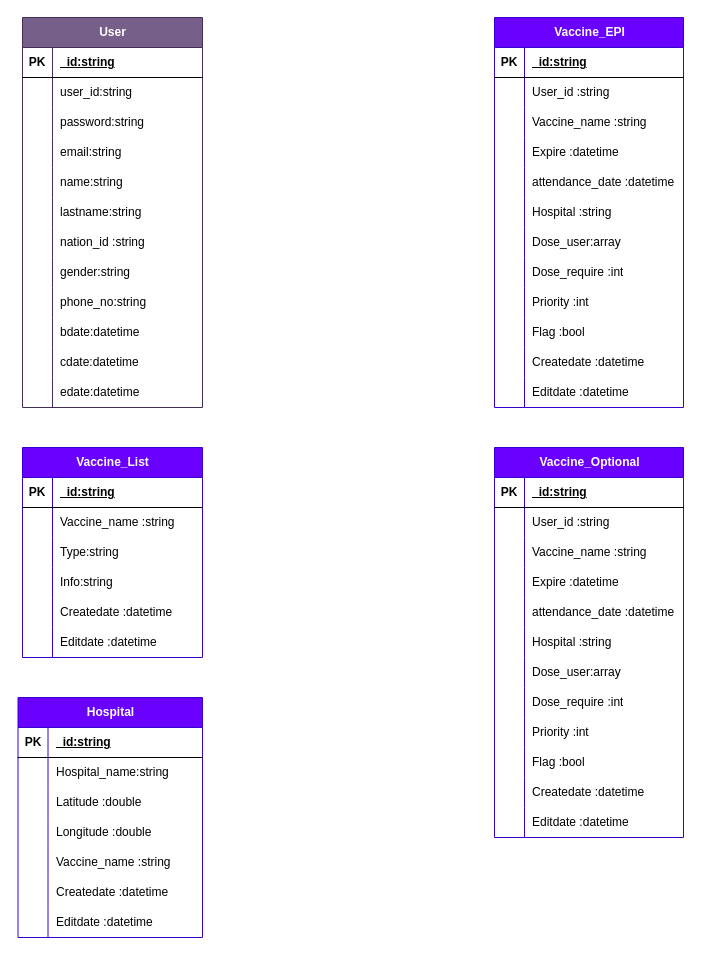
Earlier version of the draw.io diagram database&flowchart.drawio (AsticeX/-_-_1630901328). Source tidied: cells renumbered, new cells numbered last; positions are measured from the earlier drawing's top-left corner, leaving out a move shared by most shapes. Both pictures are drawn from the tidied source at 100%, with x=0, y=0 at pixel (18, 17).
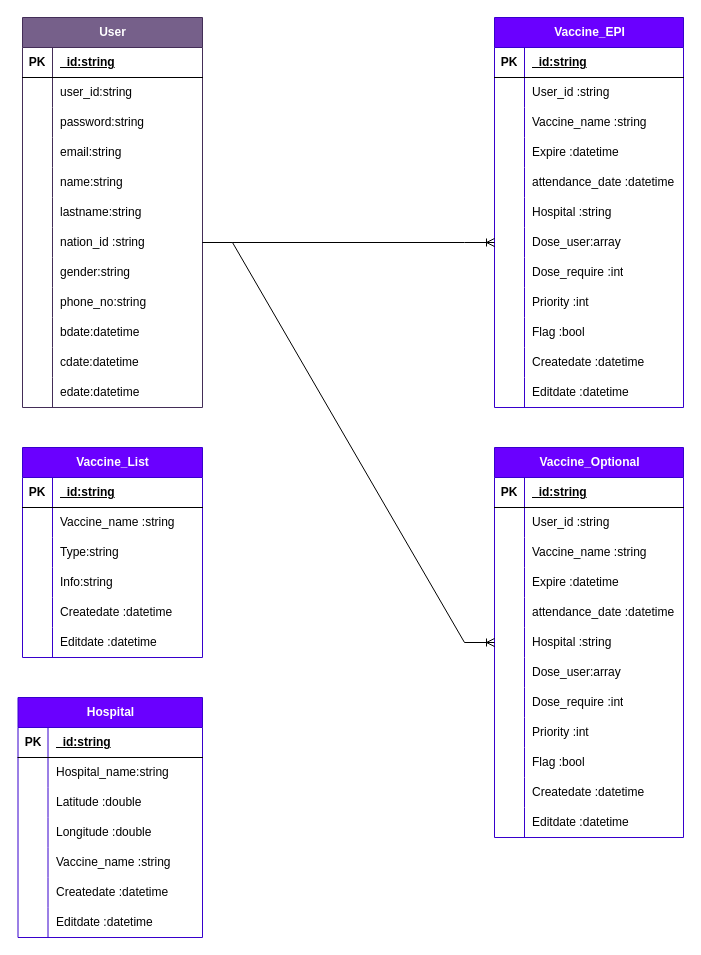
After the change.

The change refers to these unchanged cells:
```xml
<mxCell id="21" style="shape=tableRow;horizontal=0;startSize=0;swimlaneHead=0;swimlaneBody=0;fillColor=none;points=[[0,0.5],[1,0.5]];portConstraint=eastwest;top=0;left=0;right=0;bottom=0;" parent="2" vertex="1">
  <mxGeometry y="210" width="180" height="30" as="geometry" />
</mxCell>
<mxCell id="58" style="shape=tableRow;horizontal=0;startSize=0;swimlaneHead=0;swimlaneBody=0;fillColor=none;points=[[0,0.5],[1,0.5]];portConstraint=eastwest;top=0;left=0;right=0;bottom=0;" parent="39" vertex="1">
  <mxGeometry y="210" width="189" height="30" as="geometry" />
</mxCell>
<mxCell id="133" style="shape=tableRow;horizontal=0;startSize=0;swimlaneHead=0;swimlaneBody=0;fillColor=none;points=[[0,0.5],[1,0.5]];portConstraint=eastwest;top=0;left=0;right=0;bottom=0;" parent="117" vertex="1">
  <mxGeometry y="180" width="189" height="30" as="geometry" />
</mxCell>
```

Change to the diagram source:
```diff
@@
+    <mxCell id="154" style="edgeStyle=entityRelationEdgeStyle;fontSize=12;html=1;endArrow=ERoneToMany;rounded=0;exitX=1;exitY=0.5;exitDx=0;exitDy=0;entryX=0;entryY=0.5;entryDx=0;entryDy=0;" parent="1" edge="1" source="21" target="58">
+      <mxGeometry relative="1" as="geometry" />
+    </mxCell>
+    <mxCell id="155" style="edgeStyle=entityRelationEdgeStyle;fontSize=12;html=1;endArrow=ERoneToMany;rounded=0;exitX=1;exitY=0.5;exitDx=0;exitDy=0;entryX=0;entryY=0.5;entryDx=0;entryDy=0;" parent="1" edge="1" source="21" target="133">
+      <mxGeometry relative="1" as="geometry" />
+    </mxCell>
```
